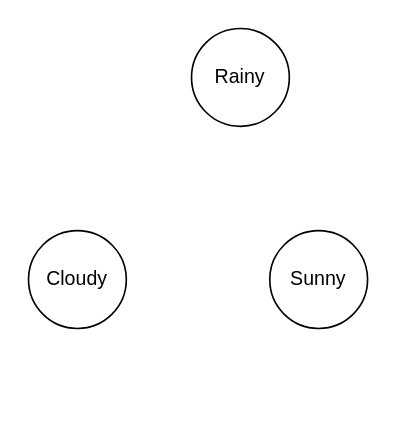
The draw.io diagram MarkovExerc3.drawio in olliglorioso/datasets, before the edit. Source tidied: cells renumbered, new cells numbered last; positions are measured from the earlier drawing's top-left corner, leaving out a move shared by most shapes. Both pictures are drawn from the tidied source at 163%, with x=0, y=0 at pixel (28, 28).
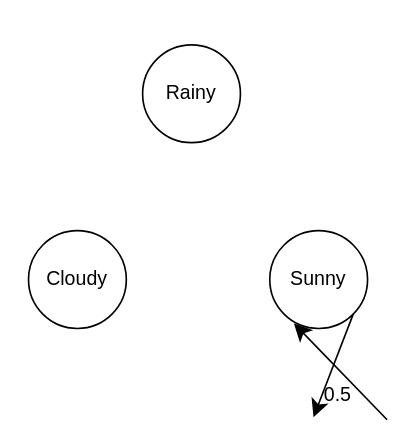
The same page after the edit.

What changed in the source:
```diff
@@
 <mxGraphModel>
   <root>
     <mxCell id="0" />
     <mxCell id="1" parent="0" />
     <mxCell id="2" value="Sunny" style="ellipse;whiteSpace=wrap;html=1;" parent="1" vertex="1">
       <mxGeometry x="148" y="124" width="60" height="60" as="geometry" />
     </mxCell>
     <mxCell id="3" value="Cloudy" style="ellipse;whiteSpace=wrap;html=1;" parent="1" vertex="1">
       <mxGeometry y="124" width="60" height="60" as="geometry" />
     </mxCell>
     <mxCell id="4" value="Rainy" style="ellipse;whiteSpace=wrap;html=1;" parent="1" vertex="1">
-      <mxGeometry x="100" width="60" height="60" as="geometry" />
+      <mxGeometry x="70" y="10" width="60" height="60" as="geometry" />
     </mxCell>
+    <mxCell id="5" style="endArrow=classic;html=1;rounded=0;fontSize=12;startSize=8;endSize=8;curved=1;entryX=0.247;entryY=0.949;entryDx=0;entryDy=0;exitX=1;exitY=1;exitDx=0;exitDy=0;entryPerimeter=0;" parent="1" edge="1" source="7" target="2">
+      <mxGeometry relative="1" as="geometry" />
+    </mxCell>
+    <mxCell id="6" style="endArrow=classic;html=1;rounded=0;fontSize=12;startSize=8;endSize=8;curved=1;entryX=0.247;entryY=0.949;entryDx=0;entryDy=0;exitX=1;exitY=1;exitDx=0;exitDy=0;entryPerimeter=0;" parent="1" edge="1" source="2" target="7">
+      <mxGeometry relative="1" as="geometry" />
+    </mxCell>
+    <mxCell id="7" value="0.5" style="text;html=1;whiteSpace=wrap;strokeColor=none;fillColor=none;align=center;verticalAlign=middle;rounded=0;" parent="1" vertex="1">
+      <mxGeometry x="160" y="210" width="60" height="30" as="geometry" />
+    </mxCell>
   </root>
 </mxGraphModel>
```
